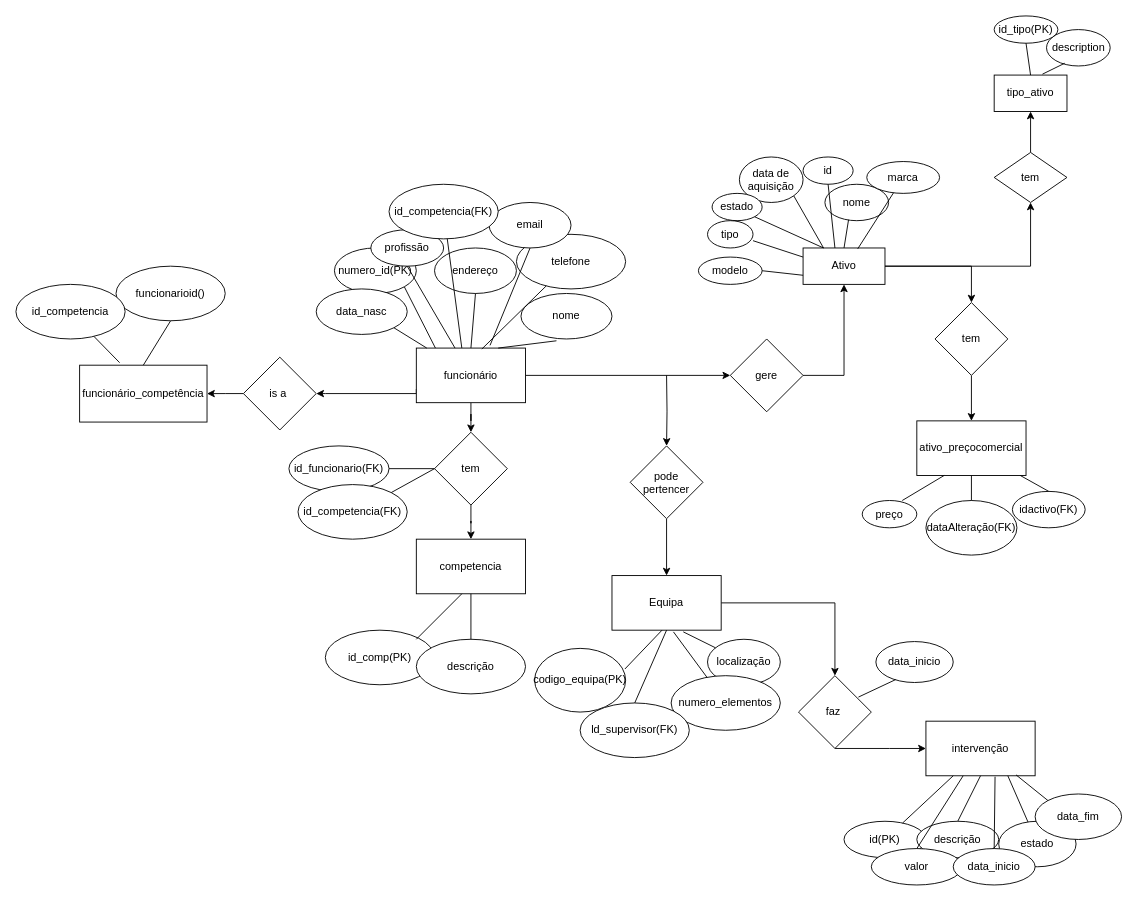
Earlier version of the draw.io diagram docs/ERmodel.drawio (InesFranco/SI2). Source tidied: cells renumbered, new cells numbered last; positions are measured from the earlier drawing's top-left corner, leaving out a move shared by most shapes. Both pictures are drawn from the tidied source at 91%, with x=0, y=0 at pixel (15, 15).
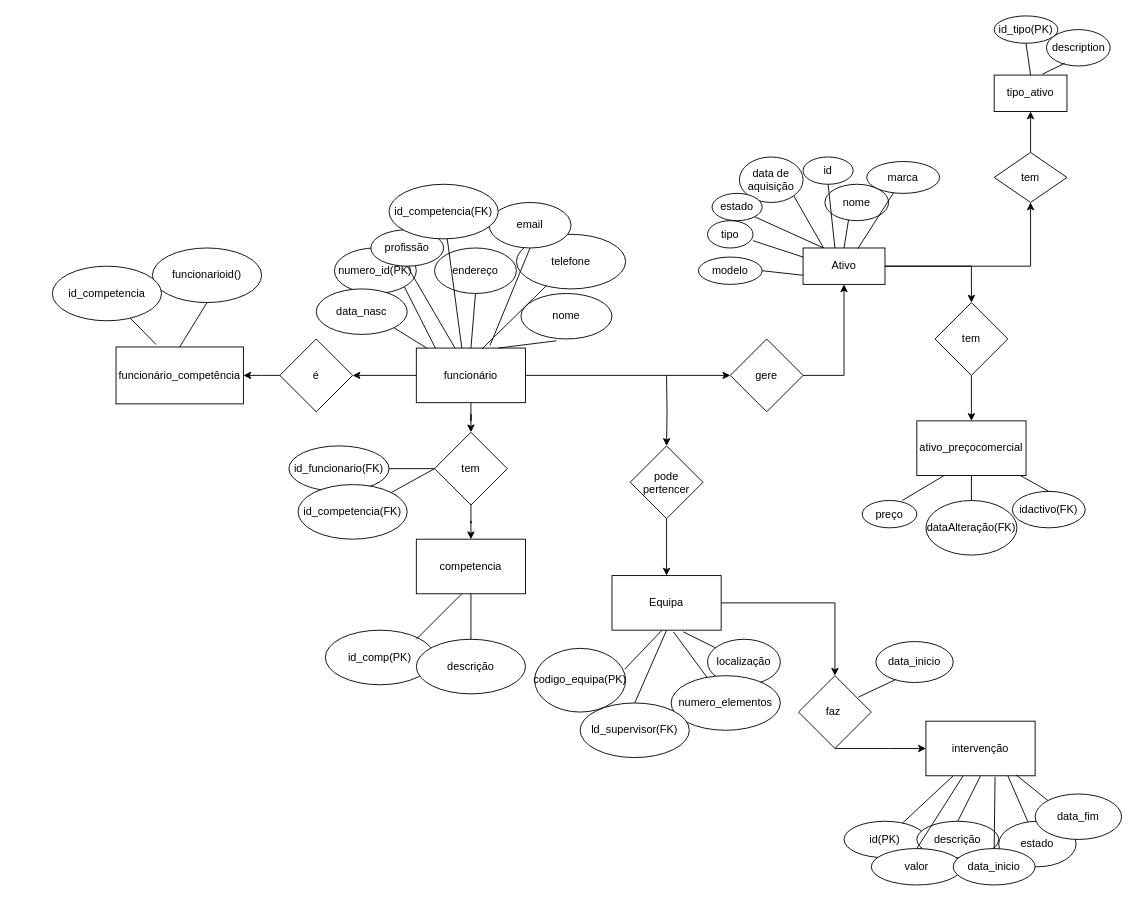
The same page after the edit.

The change refers to these unchanged cells:
```xml
<mxCell id="19" value="funcionário" style="rounded=0;whiteSpace=wrap;html=1;" parent="1" vertex="1">
  <mxGeometry x="440" y="365" width="120" height="60" as="geometry" />
</mxCell>
<mxCell id="58" value="gere" style="rhombus;whiteSpace=wrap;html=1;" parent="1" vertex="1">
  <mxGeometry x="785" y="355" width="80" height="80" as="geometry" />
</mxCell>
```

What changed in the source:
```diff
@@
+    <mxCell id="18" style="edgeStyle=orthogonalEdgeStyle;rounded=0;jettySize=auto;html=1;entryX=0;entryY=0.5;entryDx=0;entryDy=0;" parent="1" edge="1" source="19" target="58">
+      <mxGeometry relative="1" as="geometry" />
+    </mxCell>
-    <mxCell id="17" style="edgeStyle=orthogonalEdgeStyle;rounded=0;jettySize=auto;html=1;exitX=0;exitY=0.75;exitDx=0;exitDy=0;entryX=1;entryY=0.5;entryDx=0;entryDy=0;" parent="1" edge="1" source="19" target="41">
-      <mxGeometry relative="1" as="geometry">
-        <Array as="points">
-          <mxPoint x="440" y="415" />
-          <mxPoint x="340" y="415" />
-        </Array>
-      </mxGeometry>
+    <mxCell id="17" style="edgeStyle=orthogonalEdgeStyle;rounded=0;jettySize=auto;html=1;entryX=1;entryY=0.5;entryDx=0;entryDy=0;" parent="1" edge="1" source="19" target="41">
+      <mxGeometry relative="1" as="geometry" />
     </mxCell>
-    <mxCell id="18" style="edgeStyle=orthogonalEdgeStyle;rounded=0;jettySize=auto;html=1;entryX=0;entryY=0.5;entryDx=0;entryDy=0;" parent="1" edge="1" source="19" target="58">
-      <mxGeometry relative="1" as="geometry" />
-    </mxCell>
@@
-    <mxCell id="41" value="is a&amp;nbsp;" style="rhombus;whiteSpace=wrap;html=1;" parent="1" vertex="1">
-      <mxGeometry x="250" y="375" width="80" height="80" as="geometry" />
+    <mxCell id="41" value="é" style="rhombus;whiteSpace=wrap;html=1;" parent="1" vertex="1">
+      <mxGeometry x="290" y="355" width="80" height="80" as="geometry" />
     </mxCell>
     <mxCell id="42" value="funcionário_competência" style="whiteSpace=wrap;html=1;" parent="1" vertex="1">
-      <mxGeometry x="70" y="383.8" width="140" height="62.5" as="geometry" />
+      <mxGeometry x="110" y="363.8" width="140" height="62.5" as="geometry" />
     </mxCell>
     <mxCell id="43" value="funcionarioid()" style="ellipse;whiteSpace=wrap;html=1;" parent="1" vertex="1">
-      <mxGeometry x="110" y="275" width="120" height="60" as="geometry" />
+      <mxGeometry x="150" y="255" width="120" height="60" as="geometry" />
     </mxCell>
     <mxCell id="44" value="id_competencia" style="ellipse;whiteSpace=wrap;html=1;" parent="1" vertex="1">
-      <mxGeometry y="295" width="120" height="60" as="geometry" />
+      <mxGeometry x="40" y="275" width="120" height="60" as="geometry" />
     </mxCell>
```
